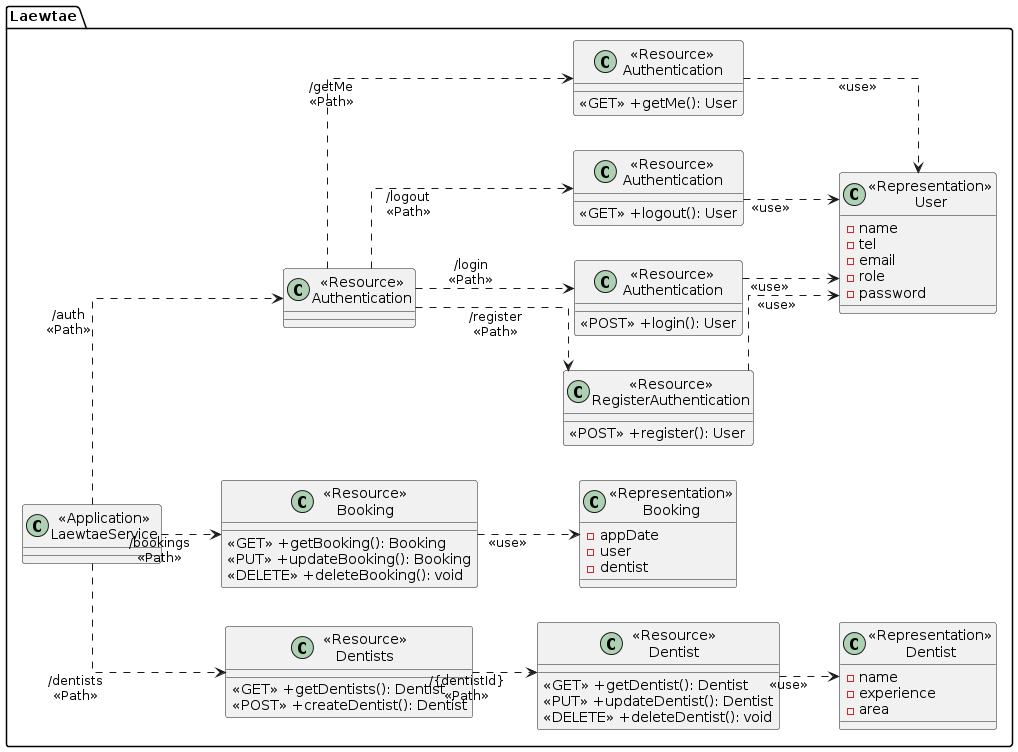
Above: UML/ClassDiagram/Class.png in nattapong232/DentistBooking (PlantUML), before the change. The source it was exported from:
```plantuml
@startuml
skinparam linetype ortho
left to right direction


package "Laewtae"{
    class "<<Application>>\nLaewtaeService" as LaewtaeService{}

    class "<<Resource>>\nDentists" as ResourceDentists{
        <<GET>> +getDentists(): Dentist
        <<POST>> +createDentist(): Dentist
    }

    class "<<Resource>>\nDentist" as ResourceDentist {
        <<GET>> +getDentist(): Dentist
        <<PUT>> +updateDentist(): Dentist
        <<DELETE>> +deleteDentist(): void
    }

    class "<<Representation>>\nDentist" as RepresentationDentist {
        -name
        -experience
        -area
    }

    class "<<Resource>>\nBooking" as ResourceBooking {
        <<GET>> +getBooking(): Booking
        <<PUT>> +updateBooking(): Booking
        <<DELETE>> +deleteBooking(): void
    }

    class "<<Representation>>\nBooking" as RepresentationBooking {
        -appDate
        -user
        -dentist
    }

    class "<<Resource>>\nAuthentication" as ResourceAuthentication {
    }


    class "<<Resource>>\nRegisterAuthentication" as RegisterAuthentication {
        <<POST>> +register(): User
    }


    class "<<Resource>>\nAuthentication" as LoginResourceAuthentication {
        <<POST>> +login(): User
    }

    class "<<Resource>>\nAuthentication" as LogoutResourceAuthentication {
        <<GET>> +logout(): User
    }

    class "<<Resource>>\nAuthentication" as GetmeResourceAuthentication {
        <<GET>> +getMe(): User
    }


    class "<<Representation>>\nUser" as RepresentationUser {
        -name
        -tel
        -email
        -role
        -password
    }
}

LaewtaeService ..> ResourceDentists:"/dentists\n<<Path>>"
ResourceDentists ..> ResourceDentist: "/{dentistId}\n<<Path>>"

ResourceDentist ..> RepresentationDentist: "<<use>>"

LaewtaeService ..> ResourceBooking:"/bookings\n<<Path>>"
ResourceBooking ..> RepresentationBooking: "<<use>>"

LaewtaeService ..> ResourceAuthentication:"/auth\n<<Path>>"
ResourceAuthentication ..> RegisterAuthentication:"/register\n<<Path>>"
ResourceAuthentication ..> LoginResourceAuthentication:"/login\n<<Path>>"
ResourceAuthentication ..> LogoutResourceAuthentication:"/logout\n<<Path>>"
ResourceAuthentication ..> GetmeResourceAuthentication:"/getMe\n<<Path>>"

RegisterAuthentication ..> RepresentationUser: "<<use>>"
LoginResourceAuthentication ..> RepresentationUser: "<<use>>"
LogoutResourceAuthentication ..> RepresentationUser: "<<use>>"
GetmeResourceAuthentication ..> RepresentationUser: "<<use>>"
@enduml
```
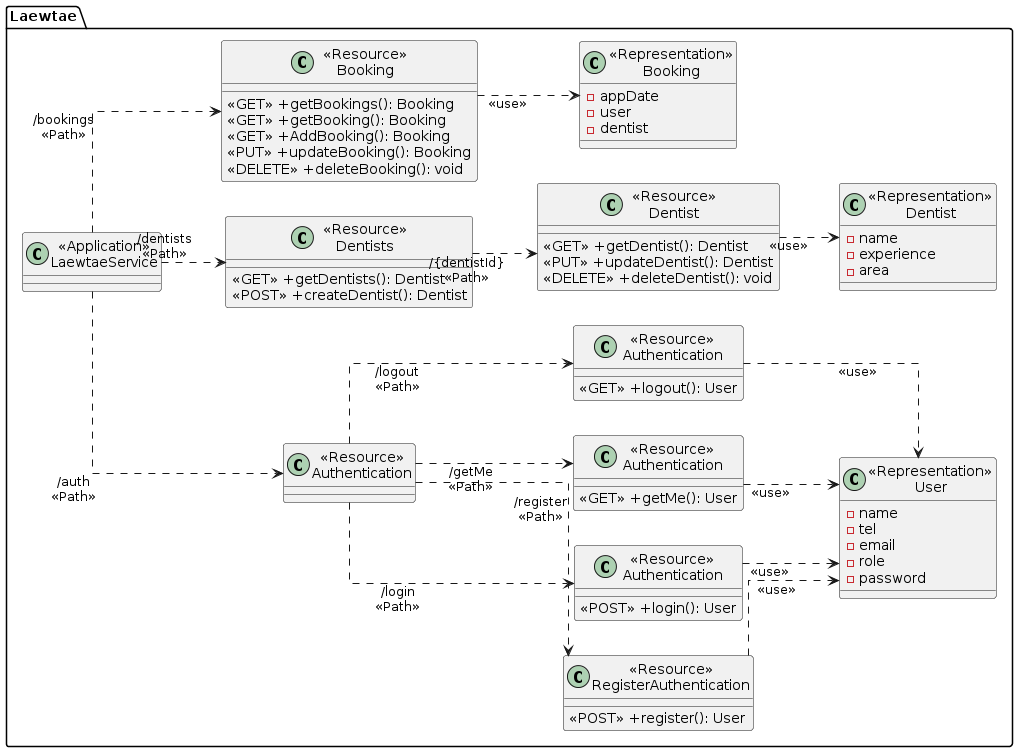
Above is the later version.

What changed in the source:
```diff
@@ -5,6 +5,25 @@
 
 package "Laewtae"{
     class "<<Application>>\nLaewtaeService" as LaewtaeService{}
+
+    class "<<Resource>>\nAuthentication" as ResourceAuthentication {
+    }
+
+    class "<<Resource>>\nRegisterAuthentication" as RegisterAuthentication {
+        <<POST>> +register(): User
+    }
+
+    class "<<Resource>>\nAuthentication" as LoginResourceAuthentication {
+        <<POST>> +login(): User
+    }
+
+    class "<<Resource>>\nAuthentication" as GetmeResourceAuthentication {
+        <<GET>> +getMe(): User
+    }
+
+    class "<<Resource>>\nAuthentication" as LogoutResourceAuthentication {
+        <<GET>> +logout(): User
+    }
 
     class "<<Resource>>\nDentists" as ResourceDentists{
         <<GET>> +getDentists(): Dentist
@@ -24,7 +43,9 @@
     }
 
     class "<<Resource>>\nBooking" as ResourceBooking {
+        <<GET>> +getBookings(): Booking
         <<GET>> +getBooking(): Booking
+        <<GET>> +AddBooking(): Booking
         <<PUT>> +updateBooking(): Booking
         <<DELETE>> +deleteBooking(): void
     }
@@ -35,26 +56,7 @@
         -dentist
     }
 
-    class "<<Resource>>\nAuthentication" as ResourceAuthentication {
-    }
 
-
-    class "<<Resource>>\nRegisterAuthentication" as RegisterAuthentication {
-        <<POST>> +register(): User
-    }
-
-
-    class "<<Resource>>\nAuthentication" as LoginResourceAuthentication {
-        <<POST>> +login(): User
-    }
-
-    class "<<Resource>>\nAuthentication" as LogoutResourceAuthentication {
-        <<GET>> +logout(): User
-    }
-
-    class "<<Resource>>\nAuthentication" as GetmeResourceAuthentication {
-        <<GET>> +getMe(): User
-    }
 
 
     class "<<Representation>>\nUser" as RepresentationUser {
@@ -66,6 +68,13 @@
     }
 }
 
+LaewtaeService ..> ResourceAuthentication:"/auth\n<<Path>>"
+ResourceAuthentication ..> RegisterAuthentication:"/register\n<<Path>>"
+ResourceAuthentication ..> LoginResourceAuthentication:"/login\n<<Path>>"
+ResourceAuthentication ..> GetmeResourceAuthentication:"/getMe\n<<Path>>"
+ResourceAuthentication ..> LogoutResourceAuthentication:"/logout\n<<Path>>"
+
+
 LaewtaeService ..> ResourceDentists:"/dentists\n<<Path>>"
 ResourceDentists ..> ResourceDentist: "/{dentistId}\n<<Path>>"
 
@@ -74,11 +83,7 @@
 LaewtaeService ..> ResourceBooking:"/bookings\n<<Path>>"
 ResourceBooking ..> RepresentationBooking: "<<use>>"
 
-LaewtaeService ..> ResourceAuthentication:"/auth\n<<Path>>"
-ResourceAuthentication ..> RegisterAuthentication:"/register\n<<Path>>"
-ResourceAuthentication ..> LoginResourceAuthentication:"/login\n<<Path>>"
-ResourceAuthentication ..> LogoutResourceAuthentication:"/logout\n<<Path>>"
-ResourceAuthentication ..> GetmeResourceAuthentication:"/getMe\n<<Path>>"
+
 
 RegisterAuthentication ..> RepresentationUser: "<<use>>"
 LoginResourceAuthentication ..> RepresentationUser: "<<use>>"
```
